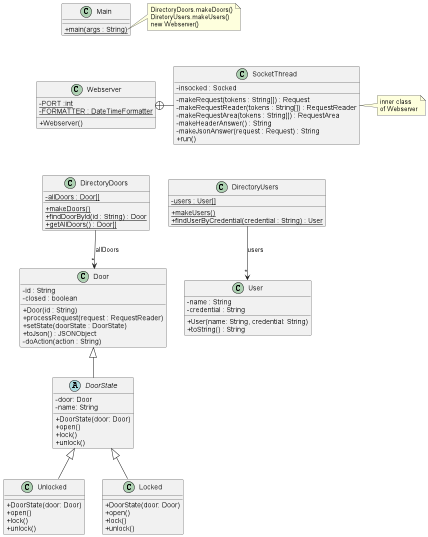
laiapns/Practica-DS keeps this PlantUML diagram as src/baseNoStates/uml/base_no_states.png. Above is the earlier version. Its diagram source:
```plantuml
@startuml
skinparam classAttributeIconSize 0

class Webserver {
- {static} PORT :int
- {static} FORMATTER : DateTimeFormatter
+ Webserver()
}

class SocketThread {
- insocked : Socked
- makeRequest(tokens : String[]) : Request
- makeRequestReader(tokens : String[]) : RequestReader
- makeRequestArea(tokens : String[]) : RequestArea
- makeHeaderAnswer() : String
- makeJsonAnswer(request : Request) : String
+ run()
}

Webserver +-right- SocketThread

note right of SocketThread
inner class
of Webserver
end note

class DirectoryDoors {
- {static} allDoors : Door[]
+ {static} makeDoors()
+ {static} findDoorById(id : String) : Door
+ {static} getAllDoors() : Door[]
}

DirectoryDoors --> "*" Door : "allDoors"

class DirectoryUsers {
- {static} users : User[]
+ {static} makeUsers()
+ {static} findUserByCredential(credential : String) : User
}

DirectoryUsers --> "*" User : "users"

class Door {
- id : String
- closed : boolean
+ Door(id : String)
+ processRequest(request : RequestReader)
+ setState(doorState : DoorState)
+ toJson() : JSONObject
- doAction(action : String)
}

abstract class DoorState extends Door {
- door: Door
- name: String
+ DoorState(door: Door)
+ open()
+ lock()
+ unlock()
}

class Unlocked extends DoorState{
+ DoorState(door: Door)
+ open()
+ lock()
+ unlock()
}

class Locked extends DoorState{
+ DoorState(door: Door)
+ open()
+ lock()
+ unlock()
}

class User {
- name : String
- credential : String
+ User(name: String, credential: String)
+ toString() : String
}


class Main {
+ {static} main(args : String)
}

note right of Main::main
DirectoryDoors.makeDoors()
DiretoryUsers.makeUsers()
new Webserver()
end note

Main -[hidden]down- Webserver
Webserver -[hidden]down- DirectoryDoors
DirectoryDoors -[hidden]right- DirectoryUsers
@enduml
```
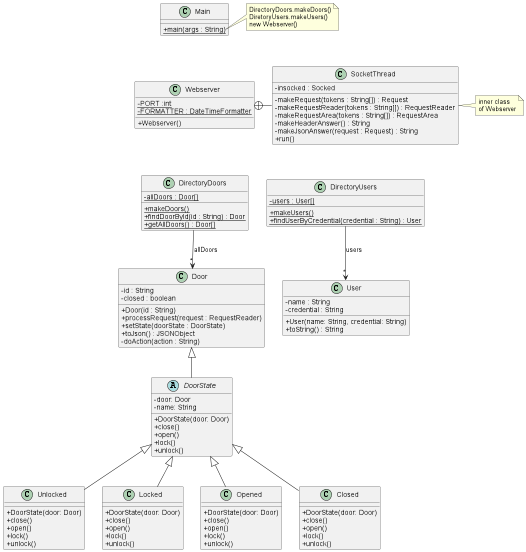
The same file after the commit.

What changed in the source:
```diff
@@ -55,6 +55,7 @@
 - door: Door
 - name: String
 + DoorState(door: Door)
++ close()
 + open()
 + lock()
 + unlock()
@@ -62,6 +63,7 @@
 
 class Unlocked extends DoorState{
 + DoorState(door: Door)
++ close()
 + open()
 + lock()
 + unlock()
@@ -69,6 +71,21 @@
 
 class Locked extends DoorState{
 + DoorState(door: Door)
++ close()
++ open()
++ lock()
++ unlock()
+}
+class Opened extends DoorState{
++ DoorState(door: Door)
++ close()
++ open()
++ lock()
++ unlock()
+}
+class Closed extends DoorState{
++ DoorState(door: Door)
++ close()
 + open()
 + lock()
 + unlock()
```
